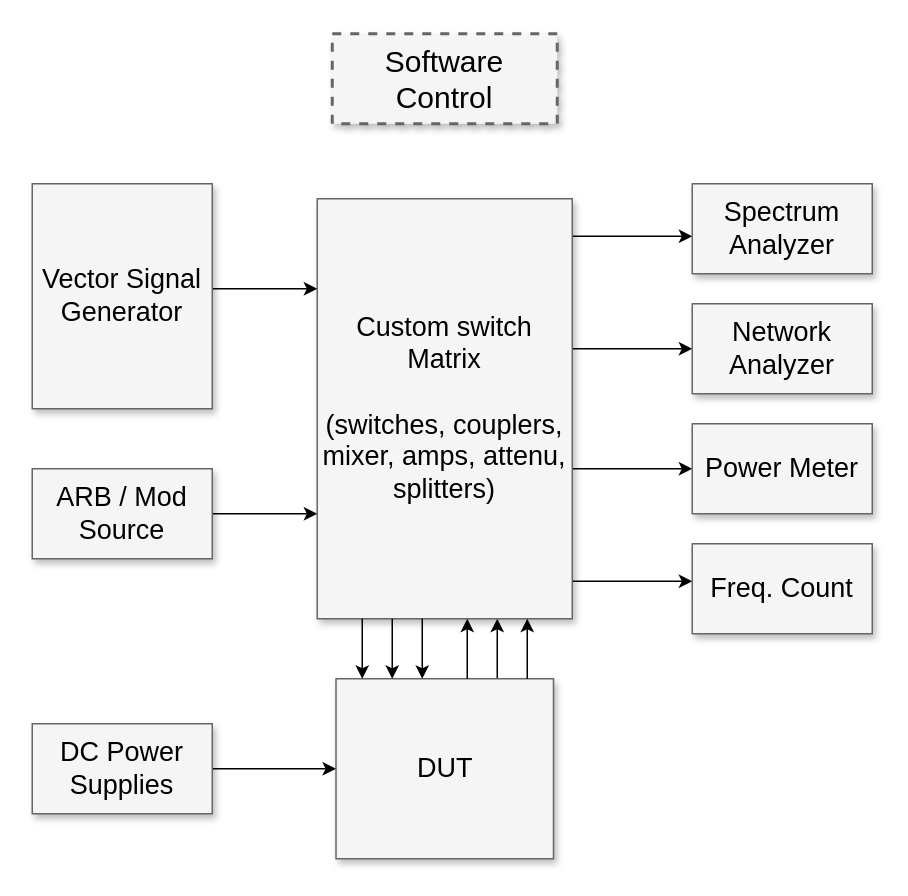
Earlier version of the draw.io diagram 未命名绘图.drawio (lsdu0/redislock). Source tidied: cells renumbered, new cells numbered last; positions are measured from the earlier drawing's top-left corner, leaving out a move shared by most shapes. Both pictures are drawn from the tidied source at 150%, with x=0, y=0 at pixel (32, 33).
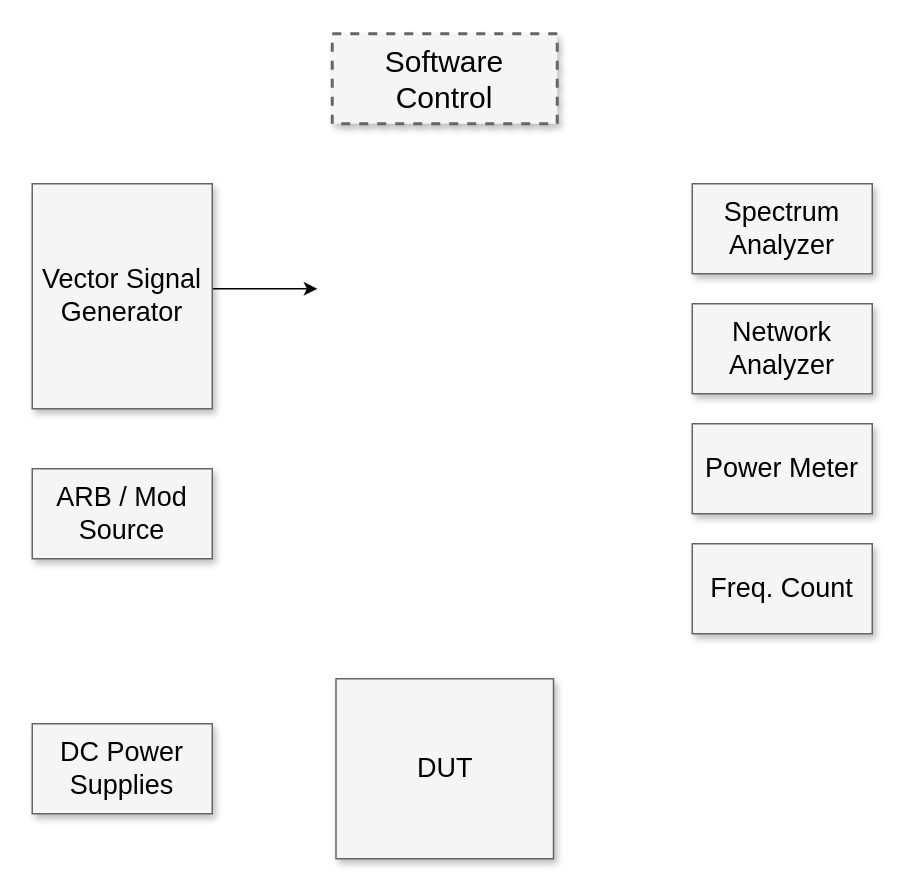
Above is the later version.

Commit message:
更新未命名绘图.drawio

Unchanged cells that the change refers to:
```xml
<mxCell id="9" value="Spectrum Analyzer" style="whiteSpace=wrap;html=1;shadow=1;fontSize=18;fillColor=#f5f5f5;strokeColor=#666666;" parent="1" vertex="1">
  <mxGeometry x="440" y="100" width="120" height="60" as="geometry" />
</mxCell>
<mxCell id="10" value="Network Analyzer" style="whiteSpace=wrap;html=1;shadow=1;fontSize=18;fillColor=#f5f5f5;strokeColor=#666666;" parent="1" vertex="1">
  <mxGeometry x="440" y="180" width="120" height="60" as="geometry" />
</mxCell>
<mxCell id="11" value="Power Meter" style="whiteSpace=wrap;html=1;shadow=1;fontSize=18;fillColor=#f5f5f5;strokeColor=#666666;" parent="1" vertex="1">
  <mxGeometry x="440" y="260" width="120" height="60" as="geometry" />
</mxCell>
<mxCell id="12" value="Freq. Count" style="whiteSpace=wrap;html=1;shadow=1;fontSize=18;fillColor=#f5f5f5;strokeColor=#666666;" parent="1" vertex="1">
  <mxGeometry x="440" y="340" width="120" height="60" as="geometry" />
</mxCell>
<mxCell id="14" value="Vector Signal Generator" style="whiteSpace=wrap;html=1;shadow=1;fontSize=18;fillColor=#f5f5f5;strokeColor=#666666;" parent="1" vertex="1">
  <mxGeometry y="100" width="120" height="150" as="geometry" />
</mxCell>
<mxCell id="16" value="ARB / Mod Source" style="whiteSpace=wrap;html=1;shadow=1;fontSize=18;fillColor=#f5f5f5;strokeColor=#666666;" parent="1" vertex="1">
  <mxGeometry y="290" width="120" height="60" as="geometry" />
</mxCell>
<mxCell id="17" value="DUT" style="whiteSpace=wrap;html=1;shadow=1;fontSize=18;fillColor=#f5f5f5;strokeColor=#666666;" parent="1" vertex="1">
  <mxGeometry x="202.5" y="430" width="145" height="120" as="geometry" />
</mxCell>
<mxCell id="19" value="DC Power Supplies" style="whiteSpace=wrap;html=1;shadow=1;fontSize=18;fillColor=#f5f5f5;strokeColor=#666666;" parent="1" vertex="1">
  <mxGeometry y="460" width="120" height="60" as="geometry" />
</mxCell>
```

What changed in the source:
```diff
@@
-    <mxCell id="3" style="edgeStyle=elbowEdgeStyle;rounded=0;html=1;startArrow=none;startFill=0;jettySize=auto;fontSize=18;elbow=vertical;" parent="1" edge="1" source="8" target="9">
-      <mxGeometry relative="1" as="geometry" />
-    </mxCell>
-    <mxCell id="4" style="edgeStyle=elbowEdgeStyle;rounded=0;html=1;startArrow=none;startFill=0;jettySize=auto;fontSize=18;elbow=vertical;" parent="1" edge="1" source="8" target="10">
-      <mxGeometry relative="1" as="geometry" />
-    </mxCell>
-    <mxCell id="5" style="edgeStyle=elbowEdgeStyle;rounded=0;html=1;startArrow=none;startFill=0;jettySize=auto;fontSize=18;elbow=vertical;" parent="1" edge="1" source="8" target="11">
-      <mxGeometry relative="1" as="geometry" />
-    </mxCell>
-    <mxCell id="6" style="edgeStyle=elbowEdgeStyle;rounded=0;html=1;startArrow=none;startFill=0;jettySize=auto;fontSize=18;elbow=vertical;" parent="1" edge="1" source="8" target="12">
-      <mxGeometry relative="1" as="geometry" />
-    </mxCell>
-    <mxCell id="7" style="edgeStyle=elbowEdgeStyle;rounded=0;html=1;startArrow=none;startFill=0;jettySize=auto;fontSize=18;" parent="1" edge="1" source="17" target="8">
-      <mxGeometry relative="1" as="geometry">
-        <Array as="points">
-          <mxPoint x="310" y="410" />
-        </Array>
-      </mxGeometry>
-    </mxCell>
-    <mxCell id="8" value="Custom switch Matrix&lt;div&gt;&lt;br&gt;&lt;/div&gt;&lt;div&gt;(switches, couplers, mixer, amps, attenu, splitters)&lt;/div&gt;" style="whiteSpace=wrap;html=1;shadow=1;fontSize=18;fillColor=#f5f5f5;strokeColor=#666666;" parent="1" vertex="1">
-      <mxGeometry x="190" y="110" width="170" height="280" as="geometry" />
-    </mxCell>
@@
-    <mxCell id="13" style="edgeStyle=elbowEdgeStyle;rounded=0;html=1;startArrow=none;startFill=0;jettySize=auto;fontSize=18;elbow=vertical;" parent="1" edge="1" source="14" target="8">
+    <mxCell id="13" style="edgeStyle=elbowEdgeStyle;rounded=0;html=1;startArrow=none;startFill=0;jettySize=auto;fontSize=18;elbow=vertical;" parent="1" edge="1" source="14">
       <mxGeometry relative="1" as="geometry">
+        <mxPoint x="190" y="170" as="targetPoint" />
         <Array as="points">
           <mxPoint x="160" y="170" />
         </Array>
       </mxGeometry>
     </mxCell>
@@
-    <mxCell id="15" style="edgeStyle=elbowEdgeStyle;rounded=0;html=1;startArrow=none;startFill=0;jettySize=auto;fontSize=18;elbow=vertical;" parent="1" edge="1" source="16" target="8">
-      <mxGeometry relative="1" as="geometry" />
-    </mxCell>
@@
-    <mxCell id="18" style="edgeStyle=elbowEdgeStyle;rounded=0;html=1;startArrow=none;startFill=0;jettySize=auto;fontSize=18;elbow=vertical;" parent="1" edge="1" source="19" target="17">
-      <mxGeometry relative="1" as="geometry" />
-    </mxCell>
@@
-    <mxCell id="20" style="edgeStyle=elbowEdgeStyle;rounded=0;html=1;startArrow=none;startFill=0;jettySize=auto;fontSize=18;" parent="1" edge="1" source="17" target="8">
-      <mxGeometry relative="1" as="geometry">
-        <Array as="points">
-          <mxPoint x="330" y="410" />
-          <mxPoint x="310" y="410" />
-        </Array>
-      </mxGeometry>
-    </mxCell>
-    <mxCell id="21" style="edgeStyle=elbowEdgeStyle;rounded=0;html=1;startArrow=none;startFill=0;jettySize=auto;orthogonalLoop=1;fontSize=18;" parent="1" edge="1">
-      <mxGeometry relative="1" as="geometry">
-        <mxPoint x="290" y="430" as="sourcePoint" />
-        <mxPoint x="290" y="390" as="targetPoint" />
-        <Array as="points">
-          <mxPoint x="290" y="410" />
-          <mxPoint x="290" y="410" />
-        </Array>
-      </mxGeometry>
-    </mxCell>
-    <mxCell id="22" style="edgeStyle=elbowEdgeStyle;rounded=0;html=1;startArrow=none;startFill=0;jettySize=auto;orthogonalLoop=1;fontSize=18;" parent="1" edge="1">
-      <mxGeometry relative="1" as="geometry">
-        <mxPoint x="260" y="390" as="sourcePoint" />
-        <mxPoint x="260" y="430" as="targetPoint" />
-        <Array as="points">
-          <mxPoint x="260" y="410" />
-          <mxPoint x="290" y="420" />
-        </Array>
-      </mxGeometry>
-    </mxCell>
-    <mxCell id="23" style="edgeStyle=elbowEdgeStyle;rounded=0;html=1;startArrow=none;startFill=0;jettySize=auto;orthogonalLoop=1;fontSize=18;" parent="1" edge="1">
-      <mxGeometry relative="1" as="geometry">
-        <mxPoint x="240" y="390" as="sourcePoint" />
-        <mxPoint x="240" y="430" as="targetPoint" />
-        <Array as="points">
-          <mxPoint x="240" y="410" />
-          <mxPoint x="270" y="420" />
-        </Array>
-      </mxGeometry>
-    </mxCell>
-    <mxCell id="24" style="edgeStyle=elbowEdgeStyle;rounded=0;html=1;startArrow=none;startFill=0;jettySize=auto;orthogonalLoop=1;fontSize=18;" parent="1" edge="1">
-      <mxGeometry relative="1" as="geometry">
-        <mxPoint x="220" y="390" as="sourcePoint" />
-        <mxPoint x="220" y="430" as="targetPoint" />
-        <Array as="points">
-          <mxPoint x="220" y="410" />
-          <mxPoint x="250" y="420" />
-        </Array>
-      </mxGeometry>
-    </mxCell>
```
